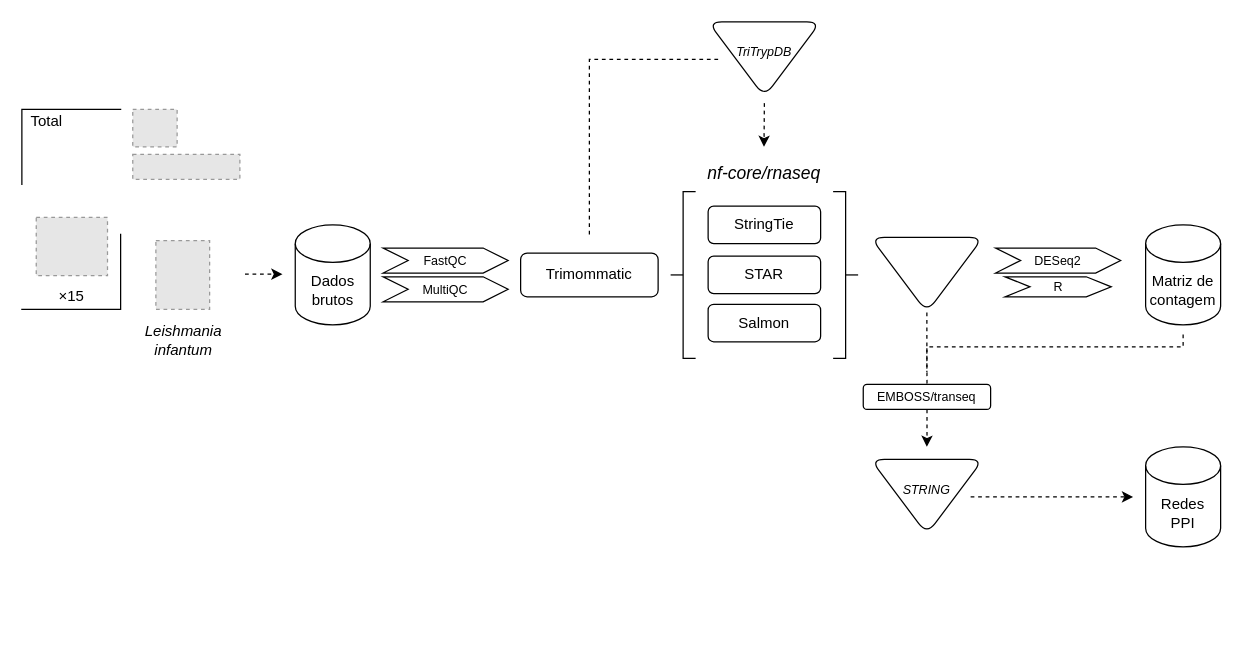
Above: ufsc/ppgbtc-doutorado/workflow_BTC510050.drawio in ekazuo/draw-io (draw.io), before the change. Source tidied: cells renumbered, new cells numbered last; positions are measured from the earlier drawing's top-left corner, leaving out a move shared by most shapes. Both pictures are drawn from the tidied source at 125%, with x=0, y=0 at pixel (21, 21). Pictures stored in the file or linked from it are replaced by grey dashed boxes.
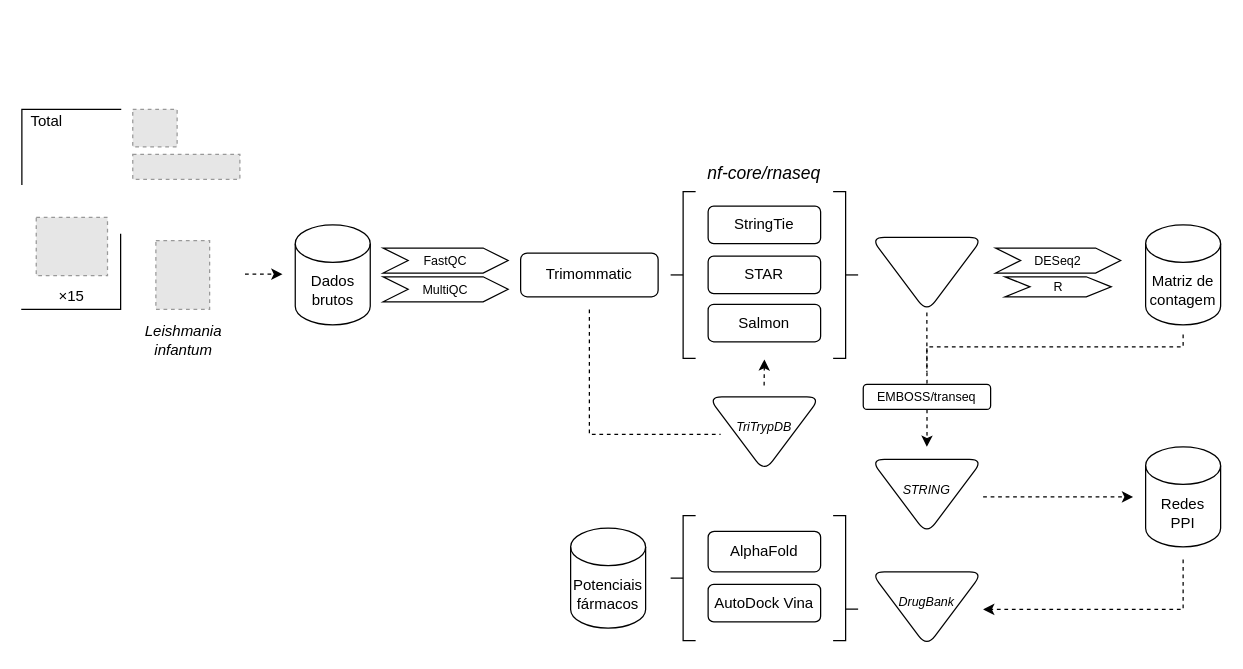
Above is the later version.

Commit message:
add potential drugs

Diff of the diagram source:
```diff
@@
-    <mxCell id="13" style="edgeStyle=orthogonalEdgeStyle;rounded=0;orthogonalLoop=1;jettySize=auto;html=1;dashed=1;strokeColor=default;endArrow=none;endFill=0;" parent="1" edge="1">
-      <mxGeometry relative="1" as="geometry">
-        <mxPoint x="454" y="170" as="sourcePoint" />
-        <mxPoint x="559" y="30" as="targetPoint" />
-        <Array as="points">
-          <mxPoint x="454" y="30" />
-        </Array>
-      </mxGeometry>
-    </mxCell>
+    <mxCell id="36" style="edgeStyle=orthogonalEdgeStyle;rounded=0;orthogonalLoop=1;jettySize=auto;html=1;dashed=1;endArrow=none;endFill=0;" parent="1" edge="1">
+      <mxGeometry relative="1" as="geometry">
+        <mxPoint x="454" y="230" as="sourcePoint" />
+        <mxPoint x="559" y="330" as="targetPoint" />
+        <Array as="points">
+          <mxPoint x="454" y="330" />
+        </Array>
+      </mxGeometry>
+    </mxCell>
@@
-    <mxCell id="27" value="&lt;div&gt;&lt;font style=&quot;font-size: 10px&quot;&gt;&lt;i style=&quot;font-size: 10px&quot;&gt;TriTrypDB&lt;/i&gt;&lt;/font&gt;&lt;/div&gt;&lt;div&gt;&lt;font style=&quot;font-size: 10px&quot;&gt;&lt;i style=&quot;font-size: 10px&quot;&gt;&lt;br&gt;&lt;/i&gt;&lt;/font&gt;&lt;/div&gt;" style="triangle;whiteSpace=wrap;html=1;rotation=0;rounded=1;arcSize=22;direction=south;fontSize=10;" parent="1" vertex="1">
-      <mxGeometry x="549" width="90" height="60" as="geometry" />
-    </mxCell>
-    <mxCell id="28" style="edgeStyle=orthogonalEdgeStyle;rounded=0;orthogonalLoop=1;jettySize=auto;html=1;dashed=1;fontFamily=Helvetica;" parent="1" edge="1">
-      <mxGeometry relative="1" as="geometry">
-        <mxPoint x="594" y="65" as="sourcePoint" />
-        <mxPoint x="593.7" y="100" as="targetPoint" />
-      </mxGeometry>
-    </mxCell>
@@
     <mxCell id="33" style="edgeStyle=orthogonalEdgeStyle;rounded=0;orthogonalLoop=1;jettySize=auto;html=1;dashed=1;" parent="1" edge="1">
       <mxGeometry relative="1" as="geometry">
-        <mxPoint x="759" y="380" as="sourcePoint" />
+        <mxPoint x="769" y="380" as="sourcePoint" />
         <mxPoint x="889" y="380" as="targetPoint" />
         <Array as="points">
           <mxPoint x="869" y="380" />
           <mxPoint x="869" y="380" />
         </Array>
       </mxGeometry>
     </mxCell>
@@
+    <mxCell id="37" style="edgeStyle=orthogonalEdgeStyle;rounded=0;orthogonalLoop=1;jettySize=auto;html=1;dashed=1;" parent="1" edge="1">
+      <mxGeometry relative="1" as="geometry">
+        <mxPoint x="929" y="430" as="sourcePoint" />
+        <mxPoint x="769" y="470" as="targetPoint" />
+        <Array as="points">
+          <mxPoint x="929" y="470" />
+        </Array>
+      </mxGeometry>
+    </mxCell>
@@
+    <mxCell id="38" style="edgeStyle=orthogonalEdgeStyle;rounded=0;orthogonalLoop=1;jettySize=auto;html=1;endArrow=none;endFill=0;" parent="1" edge="1">
+      <mxGeometry relative="1" as="geometry">
+        <mxPoint x="669" y="469.8" as="sourcePoint" />
+        <mxPoint x="659" y="469.8" as="targetPoint" />
+      </mxGeometry>
+    </mxCell>
+    <mxCell id="39" value="&lt;div&gt;&lt;font style=&quot;font-size: 10px&quot;&gt;&lt;i style=&quot;font-size: 10px&quot;&gt;DrugBank&lt;/i&gt;&lt;/font&gt;&lt;/div&gt;&lt;div&gt;&lt;font style=&quot;font-size: 10px&quot;&gt;&lt;i style=&quot;font-size: 10px&quot;&gt;&lt;br&gt;&lt;/i&gt;&lt;/font&gt;&lt;/div&gt;" style="triangle;whiteSpace=wrap;html=1;rotation=0;rounded=1;arcSize=22;direction=south;fontSize=10;" parent="1" vertex="1">
+      <mxGeometry x="679" y="440" width="90" height="60" as="geometry" />
+    </mxCell>
+    <mxCell id="40" value="AutoDock Vina" style="rounded=1;whiteSpace=wrap;html=1;" parent="1" vertex="1">
+      <mxGeometry x="549" y="450" width="90" height="30" as="geometry" />
+    </mxCell>
+    <mxCell id="41" value="AlphaFold" style="rounded=1;whiteSpace=wrap;html=1;" parent="1" vertex="1">
+      <mxGeometry x="549" y="407.5" width="90" height="32.5" as="geometry" />
+    </mxCell>
+    <mxCell id="42" style="edgeStyle=orthogonalEdgeStyle;rounded=0;jettySize=auto;html=1;endArrow=none;endFill=0;" parent="1" edge="1" source="43">
+      <mxGeometry relative="1" as="geometry">
+        <mxPoint x="519" y="445" as="targetPoint" />
+        <Array as="points">
+          <mxPoint x="519" y="445" />
+          <mxPoint x="519" y="445" />
+        </Array>
+      </mxGeometry>
+    </mxCell>
+    <mxCell id="43" style="strokeWidth=1;html=1;shape=mxgraph.flowchart.annotation_1;align=left;rounded=0;fontSize=10;" parent="1" vertex="1">
+      <mxGeometry x="529" y="395" width="10" height="100" as="geometry" />
+    </mxCell>
+    <mxCell id="44" style="strokeWidth=1;html=1;shape=mxgraph.flowchart.annotation_1;align=left;rounded=0;fontSize=10;rotation=-180;" parent="1" vertex="1">
+      <mxGeometry x="649" y="395" width="10" height="100" as="geometry" />
+    </mxCell>
+    <mxCell id="27" value="&lt;div&gt;&lt;font style=&quot;font-size: 10px&quot;&gt;&lt;i style=&quot;font-size: 10px&quot;&gt;TriTrypDB&lt;/i&gt;&lt;/font&gt;&lt;/div&gt;&lt;div&gt;&lt;font style=&quot;font-size: 10px&quot;&gt;&lt;i style=&quot;font-size: 10px&quot;&gt;&lt;br&gt;&lt;/i&gt;&lt;/font&gt;&lt;/div&gt;" style="triangle;whiteSpace=wrap;html=1;rotation=0;rounded=1;arcSize=22;direction=south;fontSize=10;" parent="1" vertex="1">
+      <mxGeometry x="549" y="300" width="90" height="60" as="geometry" />
+    </mxCell>
+    <mxCell id="45" style="edgeStyle=orthogonalEdgeStyle;rounded=0;orthogonalLoop=1;jettySize=auto;html=1;dashed=1;fontFamily=Helvetica;" parent="1" edge="1">
+      <mxGeometry relative="1" as="geometry">
+        <mxPoint x="593.8" y="290.9" as="sourcePoint" />
+        <mxPoint x="594" y="270" as="targetPoint" />
+      </mxGeometry>
+    </mxCell>
+    <mxCell id="46" value="Potenciais fármacos" style="shape=cylinder3;whiteSpace=wrap;html=1;boundedLbl=1;backgroundOutline=1;size=15;fontFamily=Helvetica;" parent="1" vertex="1">
+      <mxGeometry x="439" y="405" width="60" height="80" as="geometry" />
+    </mxCell>
```
